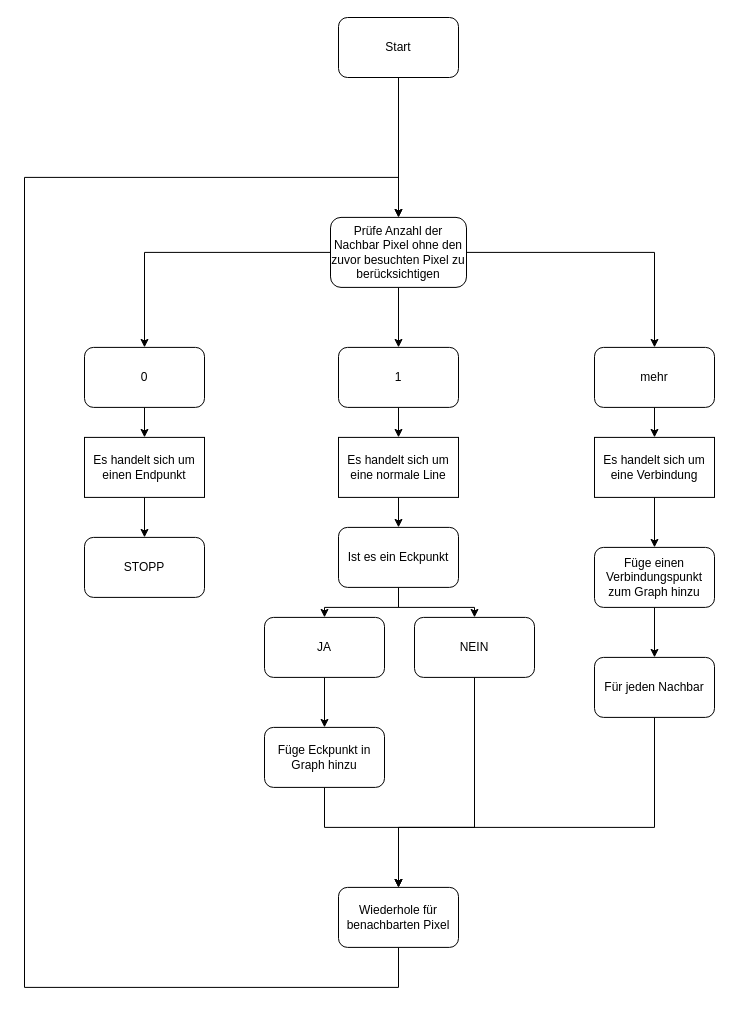
Above: Kapitel/Kapitel-ErstellungEinesGraphen/Dateien/Algorithmus.drawio in Chris022/matura-arbeit (draw.io), before the change. Source tidied: cells renumbered, new cells numbered last; positions are measured from the earlier drawing's top-left corner, leaving out a move shared by most shapes. Both pictures are drawn from the tidied source at 100%, with x=0, y=0 at pixel (24, 17).
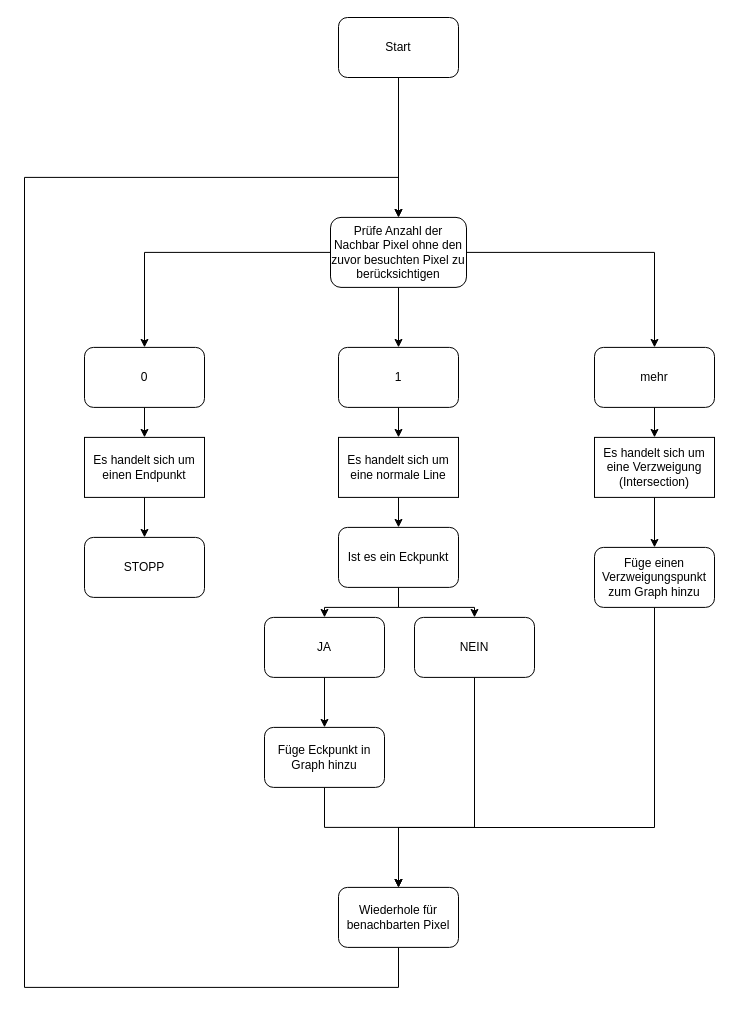
The same diagram, later.

Unchanged cells that the change refers to:
```xml
<mxCell id="26" value="Wiederhole für benachbarten Pixel" style="rounded=1;whiteSpace=wrap;html=1;" parent="1" vertex="1">
  <mxGeometry x="314" y="869.9" width="120" height="60" as="geometry" />
</mxCell>
```

Diff of the diagram source:
```diff
@@
-    <mxCell id="17" value="Es handelt sich um eine Verbindung" style="rounded=0;whiteSpace=wrap;html=1;" parent="1" vertex="1">
+    <mxCell id="17" value="Es handelt sich um eine Verzweigung (Intersection)" style="rounded=0;whiteSpace=wrap;html=1;" parent="1" vertex="1">
       <mxGeometry x="570" y="419.9" width="120" height="60" as="geometry" />
     </mxCell>
@@
-    <mxCell id="30" style="edgeStyle=orthogonalEdgeStyle;rounded=0;jettySize=auto;html=1;entryX=0.5;entryY=0;entryDx=0;entryDy=0;" parent="1" edge="1" source="31" target="26">
+    <mxCell id="30" style="edgeStyle=orthogonalEdgeStyle;rounded=0;jettySize=auto;html=1;entryX=0.5;entryY=0;entryDx=0;entryDy=0;exitX=0.5;exitY=1;exitDx=0;exitDy=0;" parent="1" edge="1" source="33" target="26">
       <mxGeometry relative="1" as="geometry">
         <Array as="points">
-          <mxPoint x="630" y="809.9" />
-          <mxPoint x="374" y="809.9" />
+          <mxPoint x="630" y="810" />
+          <mxPoint x="374" y="810" />
         </Array>
       </mxGeometry>
     </mxCell>
-    <mxCell id="31" value="Für jeden Nachbar" style="rounded=1;whiteSpace=wrap;html=1;" parent="1" vertex="1">
-      <mxGeometry x="570" y="639.9" width="120" height="60" as="geometry" />
-    </mxCell>
-    <mxCell id="32" style="edgeStyle=orthogonalEdgeStyle;rounded=0;jettySize=auto;html=1;" parent="1" edge="1" source="33" target="31">
-      <mxGeometry relative="1" as="geometry" />
-    </mxCell>
-    <mxCell id="33" value="Füge einen Verbindungspunkt zum Graph hinzu" style="rounded=1;whiteSpace=wrap;html=1;" parent="1" vertex="1">
+    <mxCell id="33" value="Füge einen Verzweigungspunkt zum Graph hinzu" style="rounded=1;whiteSpace=wrap;html=1;" parent="1" vertex="1">
       <mxGeometry x="570" y="529.9" width="120" height="60" as="geometry" />
     </mxCell>
```
